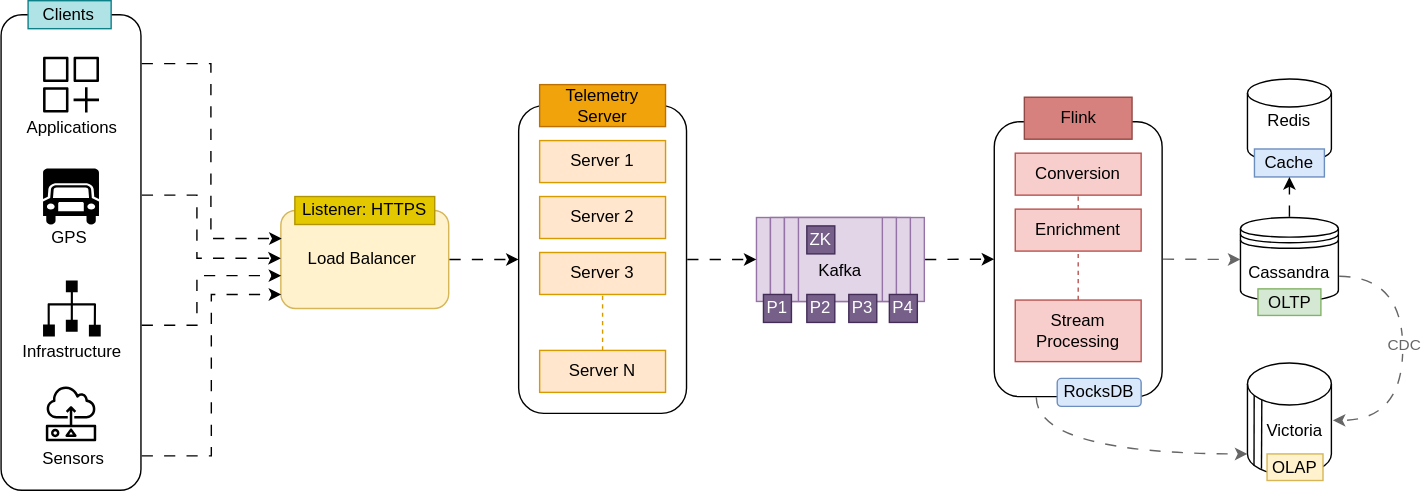
This is assets/posts/telemetry/telemetry-architecture-hover.svg from addu390/addu390.github.io, a draw.io export, as it was before one commit. Source tidied: cells renumbered, new cells last; positions are measured from the earlier drawing's top-left corner, leaving out a move shared by most shapes.
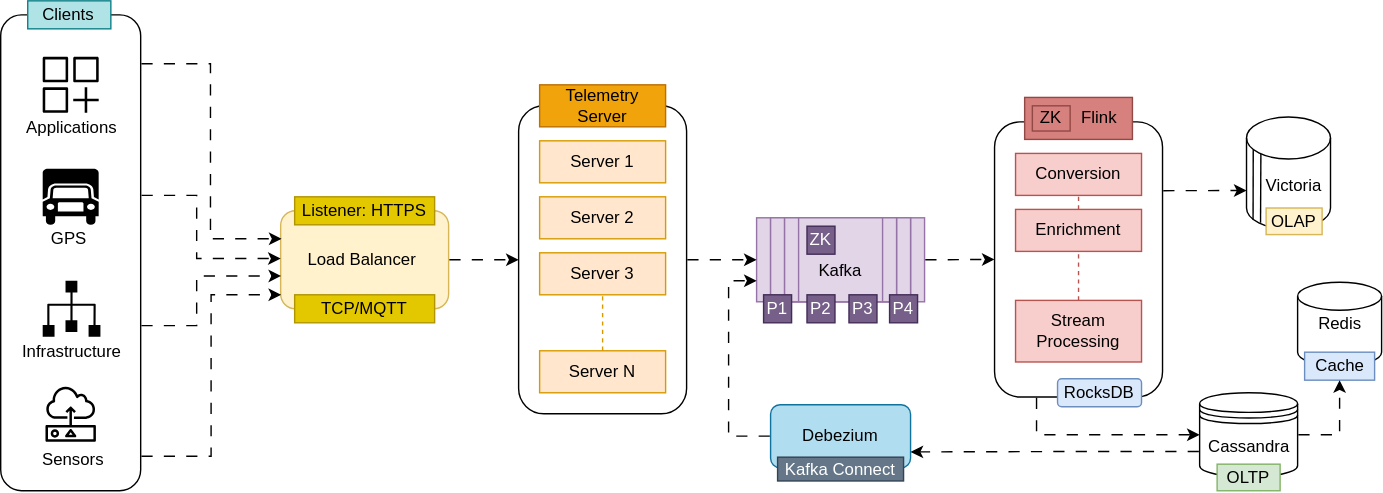
After the commit.

Commit message:
Telemetry: Update architecture diagram

The edit, as a diff of the source:
```diff
@@ -122,7 +122,7 @@
     <mxCell id="34" value="Sensors" style="text;html=1;align=center;verticalAlign=middle;whiteSpace=wrap;rounded=0;" parent="1" vertex="1">
       <mxGeometry x="22" y="313" width="60" height="30" as="geometry" />
     </mxCell>
-    <mxCell id="35" value="Flink" style="rounded=0;whiteSpace=wrap;html=1;fillColor=#d7817e;strokeColor=#924845;" parent="1" vertex="1">
+    <mxCell id="35" style="rounded=0;whiteSpace=wrap;html=1;fillColor=#d7817e;strokeColor=#924845;" parent="1" vertex="1">
       <mxGeometry x="731.5" y="69" width="77" height="30" as="geometry" />
     </mxCell>
     <mxCell id="36" value="Enrichment" style="rounded=0;whiteSpace=wrap;html=1;fillColor=#f8cecc;strokeColor=#b85450;" parent="1" vertex="1">
@@ -144,19 +144,19 @@
       <mxGeometry relative="1" as="geometry" />
     </mxCell>
     <mxCell id="42" value="Cassandra" style="shape=datastore;whiteSpace=wrap;html=1;" parent="1" vertex="1">
-      <mxGeometry x="886" y="155" width="70" height="60" as="geometry" />
+      <mxGeometry x="856.5" y="280" width="70" height="60" as="geometry" />
     </mxCell>
     <mxCell id="43" style="shape=cylinder3;whiteSpace=wrap;html=1;boundedLbl=1;backgroundOutline=1;size=15;" parent="1" vertex="1">
-      <mxGeometry x="891" y="259" width="60" height="80" as="geometry" />
+      <mxGeometry x="890" y="83" width="60" height="80" as="geometry" />
     </mxCell>
     <mxCell id="44" value="Redis" style="strokeWidth=1;html=1;shape=mxgraph.flowchart.database;whiteSpace=wrap;" parent="1" vertex="1">
-      <mxGeometry x="891" y="56" width="60" height="60" as="geometry" />
+      <mxGeometry x="926.5" y="201" width="60" height="60" as="geometry" />
     </mxCell>
     <mxCell id="45" value="OLTP" style="rounded=0;whiteSpace=wrap;html=1;fillColor=#d5e8d4;strokeColor=#82b366;" parent="1" vertex="1">
-      <mxGeometry x="898.5" y="206" width="45" height="19" as="geometry" />
+      <mxGeometry x="869" y="331" width="45" height="19" as="geometry" />
     </mxCell>
     <mxCell id="46" value="Cache" style="rounded=0;whiteSpace=wrap;html=1;fillColor=#dae8fc;strokeColor=#6c8ebf;" parent="1" vertex="1">
-      <mxGeometry x="896" y="106" width="50" height="20" as="geometry" />
+      <mxGeometry x="931.5" y="251" width="50" height="20" as="geometry" />
     </mxCell>
     <mxCell id="47" style="endArrow=none;html=1;rounded=0;exitX=0.078;exitY=0.915;exitDx=0;exitDy=0;exitPerimeter=0;entryX=0.08;entryY=0.292;entryDx=0;entryDy=0;entryPerimeter=0;" parent="1" edge="1" source="43" target="43">
       <mxGeometry relative="1" as="geometry" />
@@ -165,44 +165,61 @@
       <mxGeometry relative="1" as="geometry" />
     </mxCell>
     <mxCell id="49" value="OLAP" style="rounded=0;whiteSpace=wrap;html=1;fillColor=#fff2cc;strokeColor=#d6b656;" parent="1" vertex="1">
-      <mxGeometry x="905" y="324" width="40" height="19" as="geometry" />
+      <mxGeometry x="904" y="148" width="40" height="19" as="geometry" />
     </mxCell>
     <mxCell id="50" value="Victoria" style="text;html=1;align=center;verticalAlign=middle;whiteSpace=wrap;rounded=0;" parent="1" vertex="1">
-      <mxGeometry x="895" y="293" width="60" height="30" as="geometry" />
+      <mxGeometry x="894" y="117" width="60" height="30" as="geometry" />
     </mxCell>
-    <mxCell id="51" style="endArrow=classic;html=1;rounded=0;exitX=1;exitY=0.5;exitDx=0;exitDy=0;entryX=0;entryY=0.5;entryDx=0;entryDy=0;strokeColor=#666666;flowAnimation=1;" parent="1" edge="1" source="28" target="42">
-      <mxGeometry relative="1" as="geometry" />
-    </mxCell>
     <mxCell id="52" value="RocksDB" style="rounded=1;whiteSpace=wrap;html=1;fillColor=#dae8fc;strokeColor=#6c8ebf;" parent="1" vertex="1">
       <mxGeometry x="755" y="270" width="60" height="20" as="geometry" />
     </mxCell>
-    <mxCell id="53" style="endArrow=classic;html=1;rounded=0;exitX=0.5;exitY=0;exitDx=0;exitDy=0;entryX=0.5;entryY=1;entryDx=0;entryDy=0;flowAnimation=1;" parent="1" edge="1" source="42" target="46">
-      <mxGeometry relative="1" as="geometry" />
-    </mxCell>
-    <mxCell id="54" style="endArrow=classic;html=1;rounded=0;exitX=0.25;exitY=1;exitDx=0;exitDy=0;edgeStyle=orthogonalEdgeStyle;curved=1;entryX=0;entryY=1;entryDx=0;entryDy=-15;entryPerimeter=0;strokeColor=#666666;flowAnimation=1;" parent="1" edge="1" source="28" target="43">
-      <mxGeometry relative="1" as="geometry">
-        <Array as="points">
-          <mxPoint x="740" y="324" />
-        </Array>
-      </mxGeometry>
-    </mxCell>
     <mxCell id="55" style="rounded=1;whiteSpace=wrap;html=1;fillColor=none;" parent="1" vertex="1">
       <mxGeometry y="10" width="100" height="340" as="geometry" />
     </mxCell>
     <mxCell id="56" value="Clients" style="rounded=0;whiteSpace=wrap;html=1;fillColor=#b0e3e6;strokeColor=#0e8088;" parent="1" vertex="1">
       <mxGeometry x="19.3" width="59.4" height="20" as="geometry" />
     </mxCell>
-    <mxCell id="57" style="endArrow=classic;html=1;rounded=0;exitX=1;exitY=0.7;exitDx=0;exitDy=0;edgeStyle=orthogonalEdgeStyle;curved=1;strokeColor=#666666;flowAnimation=1;" parent="1" edge="1" source="42">
-      <mxGeometry relative="1" as="geometry">
-        <mxPoint x="952" y="300" as="targetPoint" />
-        <Array as="points">
-          <mxPoint x="1002" y="197" />
-          <mxPoint x="1002" y="300" />
-        </Array>
-      </mxGeometry>
-    </mxCell>
-    <mxCell id="58" value="&lt;font color=&quot;#666666&quot;&gt;CDC&lt;/font&gt;" style="edgeLabel;html=1;align=center;verticalAlign=middle;fontColor=#CCCCCC;" parent="57" vertex="1">
-      <mxGeometry x="-0.05" relative="1" as="geometry" />
-    </mxCell>
+    <mxCell id="59" value="Debezium" style="rounded=1;whiteSpace=wrap;html=1;fillColor=#b1ddf0;strokeColor=#10739e;" parent="1" vertex="1">
+      <mxGeometry x="550" y="288.5" width="100" height="45" as="geometry" />
+    </mxCell>
+    <mxCell id="51" style="endArrow=classic;html=1;rounded=0;exitX=0.25;exitY=1;exitDx=0;exitDy=0;entryX=0;entryY=0.5;entryDx=0;entryDy=0;edgeStyle=elbowEdgeStyle;elbow=vertical;flowAnimation=1;" parent="1" edge="1" source="28" target="42">
+      <mxGeometry relative="1" as="geometry">
+        <Array as="points">
+          <mxPoint x="800" y="310" />
+        </Array>
+      </mxGeometry>
+    </mxCell>
+    <mxCell id="60" value="Kafka Connect" style="rounded=0;whiteSpace=wrap;html=1;fillColor=#647687;fontColor=#ffffff;strokeColor=#314354;" parent="1" vertex="1">
+      <mxGeometry x="555" y="326" width="90" height="17" as="geometry" />
+    </mxCell>
+    <mxCell id="61" style="endArrow=classic;html=1;rounded=0;exitX=0;exitY=0.7;exitDx=0;exitDy=0;edgeStyle=elbowEdgeStyle;elbow=horizontal;entryX=1;entryY=0.75;entryDx=0;entryDy=0;flowAnimation=1;" parent="1" edge="1" source="42" target="59">
+      <mxGeometry relative="1" as="geometry" />
+    </mxCell>
+    <mxCell id="62" style="endArrow=classic;html=1;rounded=0;exitX=0;exitY=0.5;exitDx=0;exitDy=0;entryX=0;entryY=0.75;entryDx=0;entryDy=0;edgeStyle=elbowEdgeStyle;flowAnimation=1;" parent="1" edge="1" source="59" target="20">
+      <mxGeometry relative="1" as="geometry">
+        <Array as="points">
+          <mxPoint x="520" y="240" />
+        </Array>
+      </mxGeometry>
+    </mxCell>
+    <mxCell id="53" style="endArrow=classic;html=1;rounded=0;exitX=1;exitY=0.5;exitDx=0;exitDy=0;entryX=0.5;entryY=1;entryDx=0;entryDy=0;edgeStyle=elbowEdgeStyle;elbow=vertical;flowAnimation=1;" parent="1" edge="1" source="42" target="46">
+      <mxGeometry relative="1" as="geometry">
+        <Array as="points">
+          <mxPoint x="940" y="310" />
+        </Array>
+      </mxGeometry>
+    </mxCell>
+    <mxCell id="63" value="ZK" style="rounded=0;whiteSpace=wrap;html=1;fillColor=#d7817e;strokeColor=#924845;" parent="1" vertex="1">
+      <mxGeometry x="737" y="75" width="27" height="18" as="geometry" />
+    </mxCell>
+    <mxCell id="64" value="Flink" style="text;html=1;align=center;verticalAlign=middle;whiteSpace=wrap;rounded=0;" parent="1" vertex="1">
+      <mxGeometry x="755" y="69" width="60" height="30" as="geometry" />
+    </mxCell>
+    <mxCell id="65" value="TCP/MQTT" style="rounded=0;whiteSpace=wrap;html=1;fillColor=#e3c800;strokeColor=#B09500;fontColor=#000000;" parent="1" vertex="1">
+      <mxGeometry x="210" y="210" width="100" height="20" as="geometry" />
+    </mxCell>
+    <mxCell id="54" style="endArrow=classic;html=1;rounded=0;exitX=1;exitY=0.25;exitDx=0;exitDy=0;entryX=0;entryY=0;entryDx=0;entryDy=52.5;entryPerimeter=0;flowAnimation=1;" parent="1" edge="1" source="28" target="43">
+      <mxGeometry relative="1" as="geometry" />
+    </mxCell>
   </root>
 </mxGraphModel>
```
